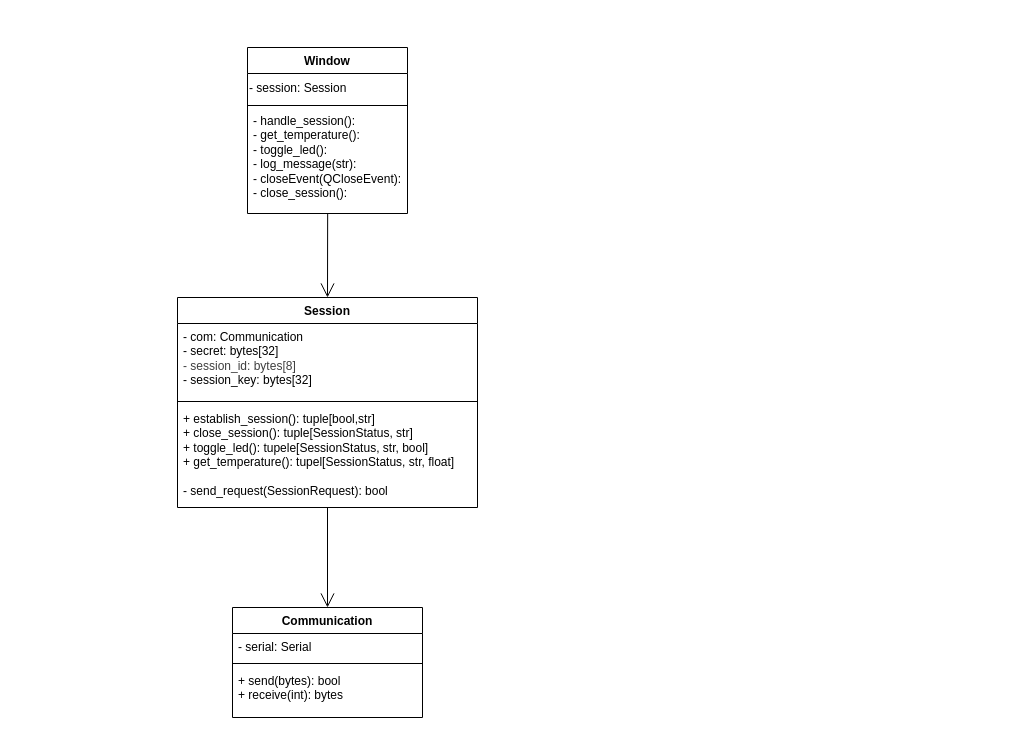
Earlier version of the draw.io diagram documents/UML.drawio (AlexanderKimfors/Exam_security). Source tidied: cells renumbered, new cells numbered last; positions are measured from the earlier drawing's top-left corner, leaving out a move shared by most shapes. Both pictures are drawn from the tidied source at 100%, with x=0, y=0 at pixel (177, 47).
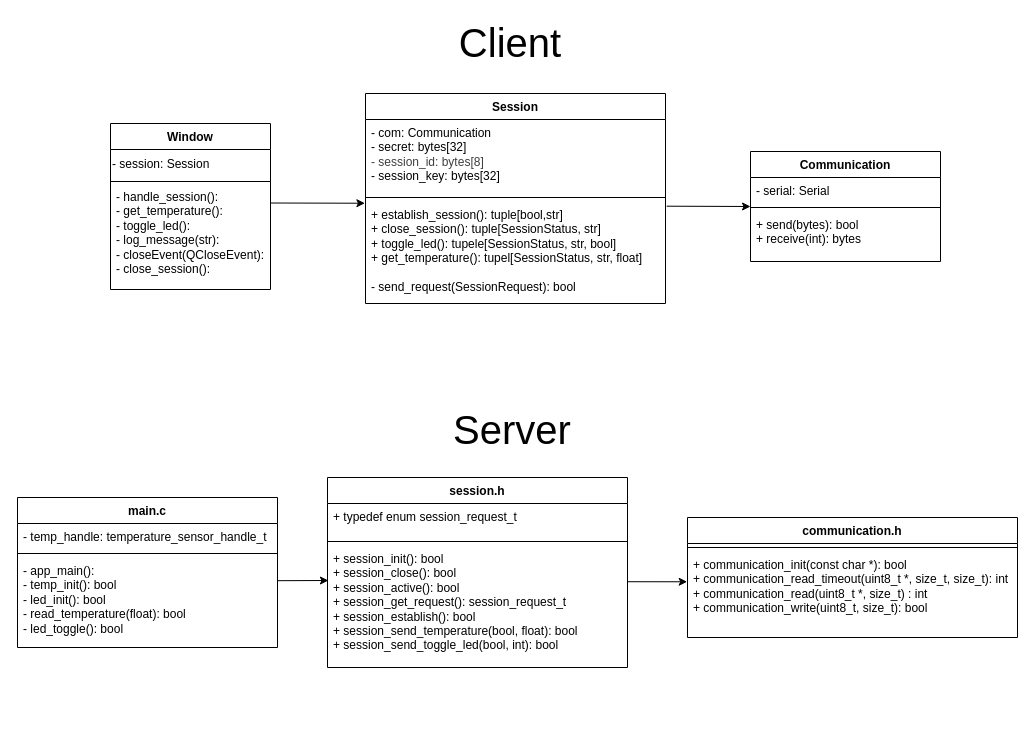
The same diagram, later.

Commit message (it also covers changes not shown here):
made some diagrams for the presentation

The change refers to these unchanged cells:
```xml
<mxCell id="5" value="+ establish_session(): tuple[bool,str]&lt;div&gt;+ close_session(): tuple[SessionStatus, str]&lt;/div&gt;&lt;div&gt;+ toggle_led(): tupele[SessionStatus, str, bool]&lt;/div&gt;&lt;div&gt;+ get_temperature(): tupel[SessionStatus, str, float]&lt;/div&gt;&lt;div&gt;&lt;br&gt;&lt;/div&gt;&lt;div&gt;- send_request(SessionRequest): bool&lt;/div&gt;" style="text;strokeColor=none;fillColor=none;align=left;verticalAlign=top;spacingLeft=4;spacingRight=4;overflow=hidden;points=[[0,0.5],[1,0.5]];portConstraint=eastwest;whiteSpace=wrap;html=1;" parent="2" vertex="1">
  <mxGeometry y="108" width="300" height="102" as="geometry" />
</mxCell>
<mxCell id="13" value="- handle_session():&lt;div&gt;- get_temperature():&lt;/div&gt;&lt;div&gt;- toggle_led():&lt;/div&gt;&lt;div&gt;- log_message(str):&lt;/div&gt;&lt;div&gt;- closeEvent(QCloseEvent):&lt;/div&gt;&lt;div&gt;- close_session():&lt;/div&gt;" style="text;strokeColor=none;fillColor=none;align=left;verticalAlign=top;spacingLeft=4;spacingRight=4;overflow=hidden;points=[[0,0.5],[1,0.5]];portConstraint=eastwest;whiteSpace=wrap;html=1;" parent="10" vertex="1">
  <mxGeometry y="60" width="160" height="106" as="geometry" />
</mxCell>
```

What changed in the source:
```diff
@@
     <mxCell id="2" value="Session" style="swimlane;fontStyle=1;align=center;verticalAlign=top;horizontal=1;startSize=26;whiteSpace=wrap;html=1;" parent="1" vertex="1">
-      <mxGeometry y="250" width="300" height="210" as="geometry" />
+      <mxGeometry x="188" y="46" width="300" height="210" as="geometry" />
     </mxCell>
@@
     <mxCell id="6" value="Communication" style="swimlane;fontStyle=1;align=center;verticalAlign=top;horizontal=1;startSize=26;whiteSpace=wrap;html=1;" parent="1" vertex="1">
-      <mxGeometry x="55" y="560" width="190" height="110" as="geometry" />
+      <mxGeometry x="573" y="104" width="190" height="110" as="geometry" />
     </mxCell>
@@
     <mxCell id="10" value="Window" style="swimlane;fontStyle=1;align=center;verticalAlign=top;horizontal=1;startSize=26;whiteSpace=wrap;html=1;" parent="1" vertex="1">
-      <mxGeometry x="70" width="160" height="166" as="geometry" />
+      <mxGeometry x="-67" y="76" width="160" height="166" as="geometry" />
     </mxCell>
@@
+    <mxCell id="16" style="endArrow=classic;html=1;exitX=0.997;exitY=0.184;exitDx=0;exitDy=0;exitPerimeter=0;entryX=-0.002;entryY=0.017;entryDx=0;entryDy=0;entryPerimeter=0;" parent="1" edge="1" source="13" target="5">
+      <mxGeometry relative="1" as="geometry" />
+    </mxCell>
-    <mxCell id="14" style="endArrow=open;endFill=1;endSize=12;html=1;exitX=0.5;exitY=1.001;exitDx=0;exitDy=0;exitPerimeter=0;entryX=0.5;entryY=0;entryDx=0;entryDy=0;" parent="1" edge="1" source="5" target="6">
+    <mxCell id="14" style="endArrow=classic;html=1;exitX=1.004;exitY=0.046;exitDx=0;exitDy=0;exitPerimeter=0;entryX=0;entryY=0.5;entryDx=0;entryDy=0;" parent="1" edge="1" source="5" target="6">
       <mxGeometry relative="1" as="geometry" />
     </mxCell>
-    <mxCell id="15" style="endArrow=open;endFill=1;endSize=12;html=1;entryX=0.5;entryY=0;entryDx=0;entryDy=0;exitX=0.501;exitY=1.005;exitDx=0;exitDy=0;exitPerimeter=0;" parent="1" edge="1" source="13" target="2">
-      <mxGeometry relative="1" as="geometry" />
-    </mxCell>
+    <mxCell id="17" value="&lt;font style=&quot;font-size: 40px;&quot;&gt;Client&lt;/font&gt;" style="text;html=1;align=center;verticalAlign=middle;whiteSpace=wrap;rounded=0;" parent="1" vertex="1">
+      <mxGeometry x="243" y="-30" width="180" height="50" as="geometry" />
+    </mxCell>
+    <mxCell id="18" value="&lt;font style=&quot;font-size: 40px;&quot;&gt;Server&lt;/font&gt;" style="text;html=1;align=center;verticalAlign=middle;whiteSpace=wrap;rounded=0;" parent="1" vertex="1">
+      <mxGeometry x="245" y="357" width="180" height="50" as="geometry" />
+    </mxCell>
+    <mxCell id="19" value="main.c" style="swimlane;fontStyle=1;align=center;verticalAlign=top;horizontal=1;startSize=26;whiteSpace=wrap;html=1;" parent="1" vertex="1">
+      <mxGeometry x="-160" y="450" width="260" height="150" as="geometry" />
+    </mxCell>
+    <mxCell id="20" value="- temp_handle: temperature_sensor_handle_t" style="text;strokeColor=none;fillColor=none;align=left;verticalAlign=top;spacingLeft=4;spacingRight=4;overflow=hidden;whiteSpace=wrap;html=1;" parent="19" vertex="1">
+      <mxGeometry y="26" width="260" height="26" as="geometry" />
+    </mxCell>
+    <mxCell id="21" style="line;strokeWidth=1;fillColor=none;align=left;verticalAlign=middle;spacingTop=-1;spacingLeft=3;spacingRight=3;labelPosition=right;strokeColor=inherit;" parent="19" vertex="1">
+      <mxGeometry y="52" width="260" height="8" as="geometry" />
+    </mxCell>
+    <mxCell id="22" value="- app_main():&lt;div&gt;- temp_init(): bool&lt;/div&gt;&lt;div&gt;- led_init(): bool&lt;/div&gt;&lt;div&gt;- read_temperature(float): bool&lt;/div&gt;&lt;div&gt;- led_toggle(): bool&lt;/div&gt;" style="text;strokeColor=none;fillColor=none;align=left;verticalAlign=top;spacingLeft=4;spacingRight=4;overflow=hidden;whiteSpace=wrap;html=1;" parent="19" vertex="1">
+      <mxGeometry y="60" width="260" height="90" as="geometry" />
+    </mxCell>
+    <mxCell id="23" value="session.h" style="swimlane;fontStyle=1;align=center;verticalAlign=top;horizontal=1;startSize=26;whiteSpace=wrap;html=1;" parent="1" vertex="1">
+      <mxGeometry x="150" y="430" width="300" height="190" as="geometry" />
+    </mxCell>
+    <mxCell id="24" value="&lt;div&gt;+ typedef enum session_request_t&lt;/div&gt;" style="text;strokeColor=none;fillColor=none;align=left;verticalAlign=top;spacingLeft=4;spacingRight=4;overflow=hidden;whiteSpace=wrap;html=1;" parent="23" vertex="1">
+      <mxGeometry y="26" width="300" height="34" as="geometry" />
+    </mxCell>
+    <mxCell id="25" style="line;strokeWidth=1;fillColor=none;align=left;verticalAlign=middle;spacingTop=-1;spacingLeft=3;spacingRight=3;labelPosition=right;strokeColor=inherit;" parent="23" vertex="1">
+      <mxGeometry y="60" width="300" height="8" as="geometry" />
+    </mxCell>
+    <mxCell id="26" value="&lt;div&gt;+ session_init(): bool&lt;/div&gt;&lt;div&gt;+ session_close(): bool&lt;/div&gt;&lt;div&gt;+ session_active(): bool&lt;/div&gt;&lt;div&gt;+ session_get_request(): session_request_t&lt;/div&gt;&lt;div&gt;+ session_establish(): bool&lt;/div&gt;&lt;div&gt;+ session_send_temperature(bool, float): bool&lt;/div&gt;&lt;div&gt;+ session_send_toggle_led(bool, int): bool&lt;/div&gt;" style="text;strokeColor=none;fillColor=none;align=left;verticalAlign=top;spacingLeft=4;spacingRight=4;overflow=hidden;points=[[0,0.5],[1,0.5]];portConstraint=eastwest;whiteSpace=wrap;html=1;" parent="23" vertex="1">
+      <mxGeometry y="68" width="300" height="122" as="geometry" />
+    </mxCell>
+    <mxCell id="27" value="communication.h" style="swimlane;fontStyle=1;align=center;verticalAlign=top;horizontal=1;startSize=26;whiteSpace=wrap;html=1;" parent="1" vertex="1">
+      <mxGeometry x="510" y="470" width="330" height="120" as="geometry" />
+    </mxCell>
+    <mxCell id="28" style="line;strokeWidth=1;fillColor=none;align=left;verticalAlign=middle;spacingTop=-1;spacingLeft=3;spacingRight=3;labelPosition=right;strokeColor=inherit;" parent="27" vertex="1">
+      <mxGeometry y="26" width="330" height="8" as="geometry" />
+    </mxCell>
+    <mxCell id="29" value="+ communication_init(const char *): bool&lt;div&gt;&lt;span style=&quot;background-color: transparent;&quot;&gt;+ communication_read_timeout(uint8_t *, size_t, size_t): int&lt;/span&gt;&lt;/div&gt;&lt;div&gt;&lt;span style=&quot;background-color: transparent;&quot;&gt;+ communication_read(uint8_t *, size_t) : int&lt;/span&gt;&lt;/div&gt;&lt;div&gt;&lt;span style=&quot;background-color: transparent;&quot;&gt;+ communication_write(uint8_t, size_t): bool&lt;/span&gt;&lt;/div&gt;" style="text;strokeColor=none;fillColor=none;align=left;verticalAlign=top;spacingLeft=4;spacingRight=4;overflow=hidden;points=[[0,0.5],[1,0.5]];portConstraint=eastwest;whiteSpace=wrap;html=1;" parent="27" vertex="1">
+      <mxGeometry y="34" width="330" height="86" as="geometry" />
+    </mxCell>
+    <mxCell id="30" style="endArrow=classic;html=1;entryX=0.003;entryY=0.303;entryDx=0;entryDy=0;entryPerimeter=0;exitX=1.001;exitY=0.28;exitDx=0;exitDy=0;exitPerimeter=0;" parent="1" edge="1">
+      <mxGeometry relative="1" as="geometry">
+        <mxPoint x="100.3" y="533.2" as="sourcePoint" />
+        <mxPoint x="150.9" y="533" as="targetPoint" />
+      </mxGeometry>
+    </mxCell>
+    <mxCell id="31" style="endArrow=classic;html=1;exitX=0.999;exitY=0.297;exitDx=0;exitDy=0;exitPerimeter=0;entryX=-0.001;entryY=0.352;entryDx=0;entryDy=0;entryPerimeter=0;" parent="1" edge="1" source="26" target="29">
+      <mxGeometry relative="1" as="geometry" />
+    </mxCell>
```
